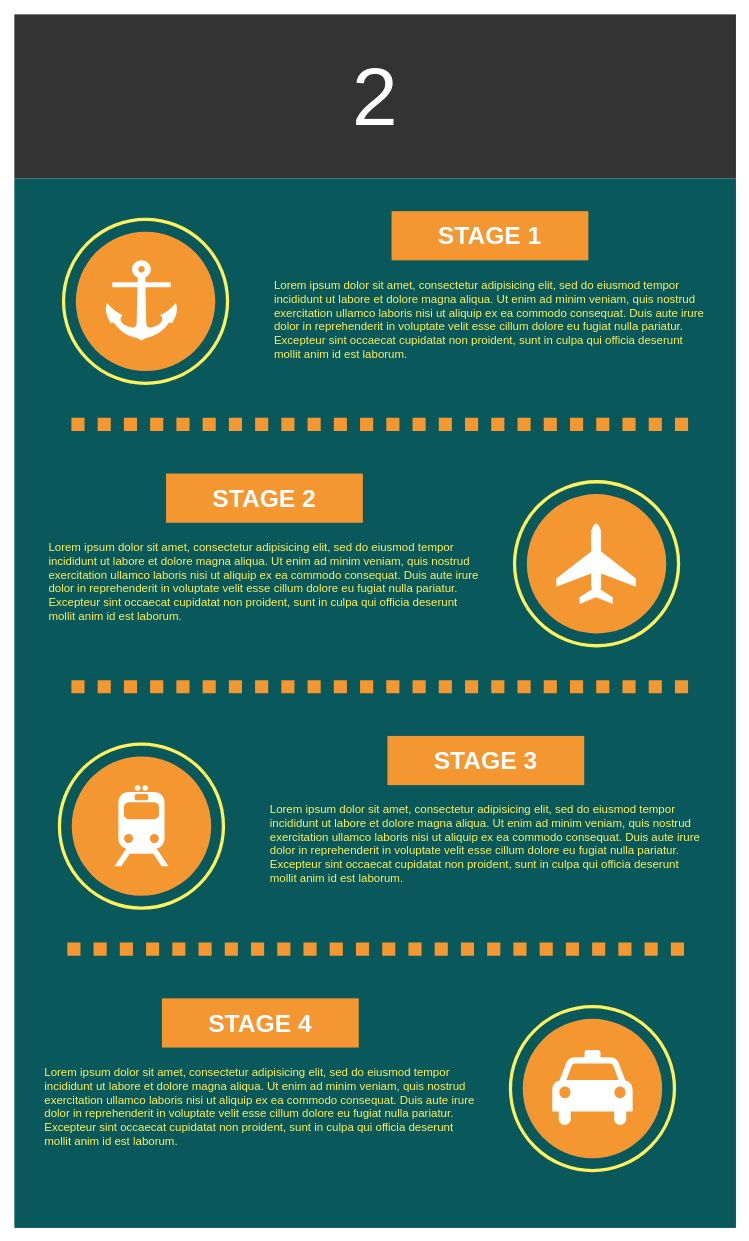
This is Untitled Diagram.drawio from lucasdreger/diagrams, a draw.io file, before an edit. Source tidied: cells renumbered, new cells numbered last; positions are measured from the earlier drawing's top-left corner, leaving out a move shared by most shapes. Both pictures are drawn from the tidied source at 82%, with x=0, y=0 at pixel (14, 14).
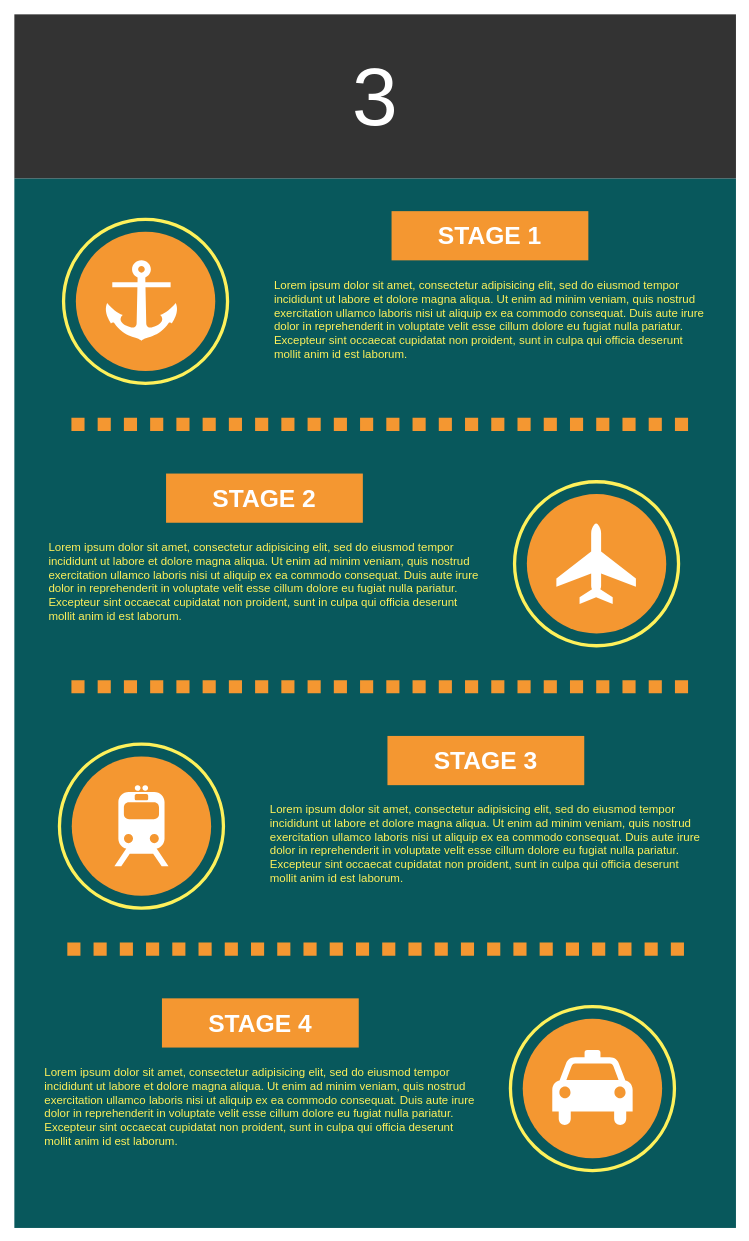
After the change.

The edit, as a diff of the source:
```diff
@@
-    <mxCell id="3" value="2" style="whiteSpace=wrap;html=1;rounded=0;shadow=0;dashed=0;strokeColor=none;strokeWidth=4;fillColor=#333333;gradientColor=none;fontFamily=Helvetica;fontSize=100;fontColor=#FFFFFF;align=center;" parent="1" vertex="1">
+    <mxCell id="3" value="3" style="whiteSpace=wrap;html=1;rounded=0;shadow=0;dashed=0;strokeColor=none;strokeWidth=4;fillColor=#333333;gradientColor=none;fontFamily=Helvetica;fontSize=100;fontColor=#FFFFFF;align=center;" parent="1" vertex="1">
       <mxGeometry width="880" height="200" as="geometry" />
     </mxCell>
```
